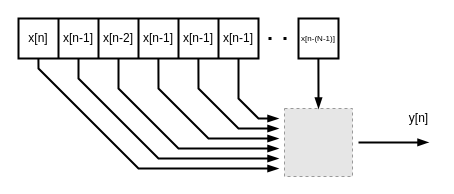
This is doc/drawio_diagrams/FIR_filter.drawio from jmat97/RPD22, a draw.io file, before an edit. Source tidied: cells renumbered, new cells numbered last; positions are measured from the earlier drawing's top-left corner, leaving out a move shared by most shapes. Both pictures are drawn from the tidied source at 100%, with x=0, y=0 at pixel (18, 18). Pictures stored in the file or linked from it are replaced by grey dashed boxes.
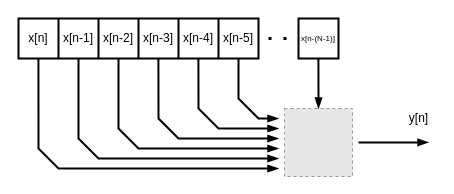
Above is the later version.

The change refers to these unchanged cells:
```xml
<mxCell id="3" style="shape=tableRow;horizontal=0;startSize=0;swimlaneHead=0;swimlaneBody=0;top=0;left=0;bottom=0;right=0;fillColor=none;points=[[0,0.5],[1,0.5]];portConstraint=eastwest;rounded=1;strokeWidth=2;" parent="2" vertex="1">
  <mxGeometry width="240" height="40" as="geometry" />
</mxCell>
```

What changed in the source:
```diff
@@
-    <mxCell id="7" value="&lt;span style=&quot;&quot;&gt;x[n-1]&lt;/span&gt;" style="shape=partialRectangle;html=1;whiteSpace=wrap;overflow=hidden;fillColor=none;top=0;left=0;bottom=0;right=0;rounded=1;strokeWidth=2;" parent="3" vertex="1">
+    <mxCell id="7" value="&lt;span style=&quot;&quot;&gt;x[n-3]&lt;/span&gt;" style="shape=partialRectangle;html=1;whiteSpace=wrap;overflow=hidden;fillColor=none;top=0;left=0;bottom=0;right=0;rounded=1;strokeWidth=2;" parent="3" vertex="1">
       <mxGeometry x="120" width="40" height="40" as="geometry" />
     </mxCell>
-    <mxCell id="8" value="&lt;span style=&quot;&quot;&gt;x[n-1]&lt;/span&gt;" style="shape=partialRectangle;html=1;whiteSpace=wrap;overflow=hidden;fillColor=none;top=0;left=0;bottom=0;right=0;rounded=1;strokeWidth=2;" parent="3" vertex="1">
+    <mxCell id="8" value="&lt;span style=&quot;&quot;&gt;x[n-4]&lt;/span&gt;" style="shape=partialRectangle;html=1;whiteSpace=wrap;overflow=hidden;fillColor=none;top=0;left=0;bottom=0;right=0;rounded=1;strokeWidth=2;" parent="3" vertex="1">
       <mxGeometry x="160" width="40" height="40" as="geometry" />
     </mxCell>
-    <mxCell id="9" value="&lt;span style=&quot;&quot;&gt;x[n-1]&lt;/span&gt;" style="shape=partialRectangle;html=1;whiteSpace=wrap;overflow=hidden;fillColor=none;top=0;left=0;bottom=0;right=0;rounded=1;strokeWidth=2;" parent="3" vertex="1">
+    <mxCell id="9" value="&lt;span style=&quot;&quot;&gt;x[n-5]&lt;/span&gt;" style="shape=partialRectangle;html=1;whiteSpace=wrap;overflow=hidden;fillColor=none;top=0;left=0;bottom=0;right=0;rounded=1;strokeWidth=2;" parent="3" vertex="1">
       <mxGeometry x="200" width="40" height="40" as="geometry" />
     </mxCell>
@@
     <mxCell id="14" style="endArrow=blockThin;html=1;rounded=0;exitX=0.083;exitY=0.998;exitDx=0;exitDy=0;exitPerimeter=0;strokeWidth=2;endFill=1;" parent="1" edge="1" source="3">
       <mxGeometry relative="1" as="geometry">
         <mxPoint x="260" y="150" as="targetPoint" />
         <Array as="points">
-          <mxPoint x="20" y="50" />
-          <mxPoint x="120" y="150" />
+          <mxPoint x="20" y="130" />
+          <mxPoint x="40" y="150" />
         </Array>
       </mxGeometry>
     </mxCell>
@@
     <mxCell id="16" style="endArrow=blockThin;html=1;rounded=0;exitX=0.083;exitY=0.998;exitDx=0;exitDy=0;exitPerimeter=0;strokeWidth=2;endFill=1;" parent="1" edge="1">
       <mxGeometry relative="1" as="geometry">
         <mxPoint x="60" y="40" as="sourcePoint" />
         <mxPoint x="260" y="140" as="targetPoint" />
         <Array as="points">
-          <mxPoint x="60" y="60" />
-          <mxPoint x="140" y="140" />
+          <mxPoint x="60" y="120" />
+          <mxPoint x="80" y="140" />
         </Array>
       </mxGeometry>
     </mxCell>
     <mxCell id="17" style="endArrow=blockThin;html=1;rounded=0;strokeWidth=2;endFill=1;" parent="1" edge="1">
       <mxGeometry relative="1" as="geometry">
         <mxPoint x="100" y="40" as="sourcePoint" />
         <mxPoint x="260" y="130" as="targetPoint" />
         <Array as="points">
-          <mxPoint x="100" y="70" />
-          <mxPoint x="160" y="130" />
+          <mxPoint x="100" y="110" />
+          <mxPoint x="120" y="130" />
         </Array>
       </mxGeometry>
     </mxCell>
     <mxCell id="18" style="endArrow=blockThin;html=1;rounded=0;exitX=0.083;exitY=0.998;exitDx=0;exitDy=0;exitPerimeter=0;strokeWidth=2;endFill=1;" parent="1" edge="1">
       <mxGeometry relative="1" as="geometry">
         <mxPoint x="139.9" y="40" as="sourcePoint" />
         <mxPoint x="260" y="120" as="targetPoint" />
         <Array as="points">
-          <mxPoint x="140" y="70" />
-          <mxPoint x="190" y="120" />
+          <mxPoint x="140" y="100" />
+          <mxPoint x="160" y="120" />
         </Array>
       </mxGeometry>
     </mxCell>
     <mxCell id="19" style="endArrow=blockThin;html=1;rounded=0;exitX=0.083;exitY=0.998;exitDx=0;exitDy=0;exitPerimeter=0;strokeWidth=2;endFill=1;" parent="1" edge="1">
       <mxGeometry relative="1" as="geometry">
         <mxPoint x="179.9" y="40" as="sourcePoint" />
         <mxPoint x="260" y="110" as="targetPoint" />
         <Array as="points">
-          <mxPoint x="180" y="70" />
-          <mxPoint x="220" y="110" />
+          <mxPoint x="180" y="90" />
+          <mxPoint x="200" y="110" />
         </Array>
       </mxGeometry>
     </mxCell>
```
